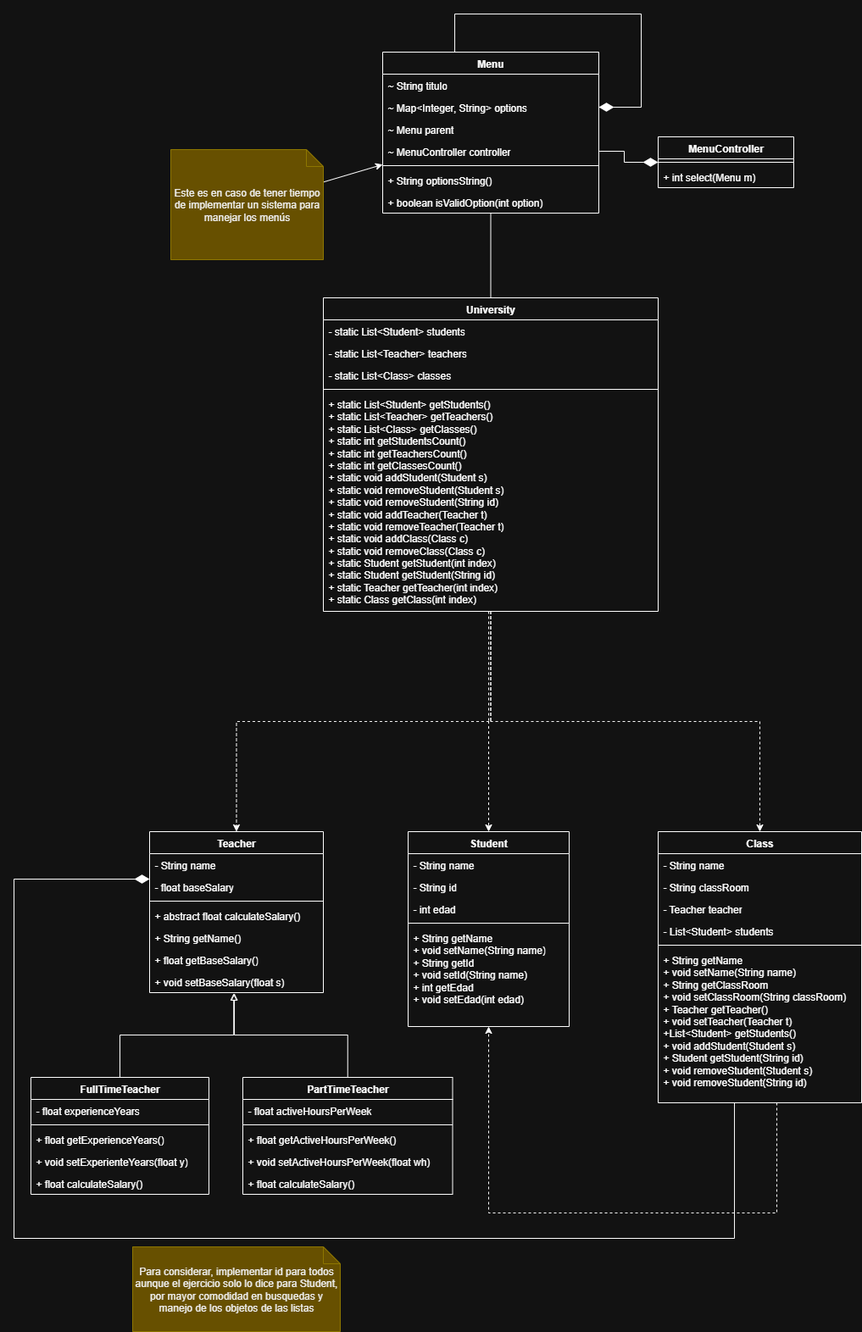
Earlier version of the draw.io export diagrams/ClassesDiagram.png (CarlosDRomero/JavaFinalExercise). Source tidied: cells renumbered, new cells last; positions are measured from the earlier drawing's top-left corner, leaving out a move shared by most shapes.
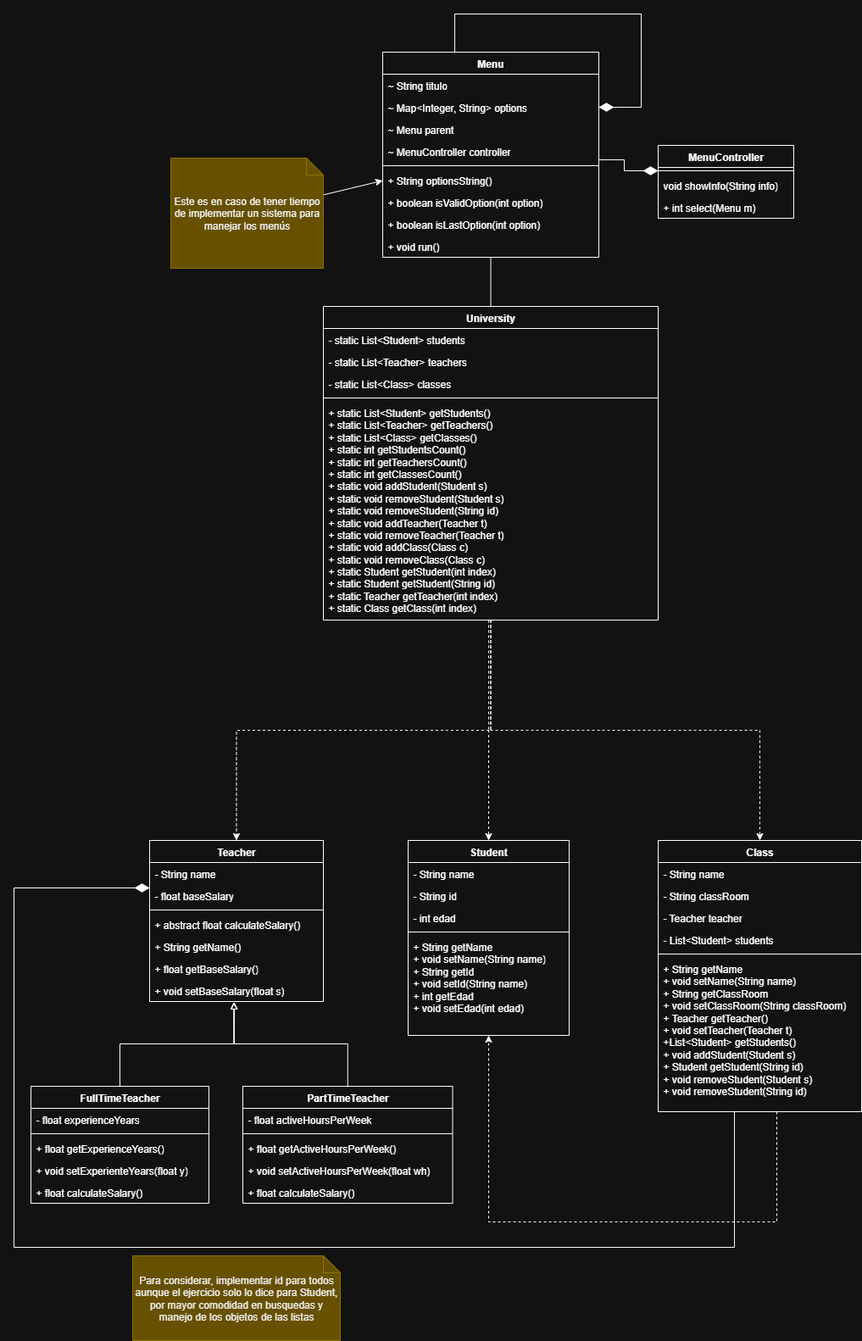
Above is the later version.

Diff of the diagram source:
```diff
@@ -160,7 +160,7 @@
       <mxGeometry relative="1" as="geometry" />
     </mxCell>
     <mxCell id="49" value="Menu" style="swimlane;fontStyle=1;align=center;verticalAlign=top;horizontal=1;startSize=26;whiteSpace=wrap;html=1;" parent="1" vertex="1">
-      <mxGeometry x="435" y="45" width="255" height="190" as="geometry" />
+      <mxGeometry x="435" y="35" width="255" height="242" as="geometry" />
     </mxCell>
     <mxCell id="50" value="~ String titulo" style="text;strokeColor=none;fillColor=none;align=left;verticalAlign=top;spacingLeft=4;spacingRight=4;overflow=hidden;whiteSpace=wrap;html=1;" parent="49" vertex="1">
       <mxGeometry y="26" width="255" height="26" as="geometry" />
@@ -192,6 +192,12 @@
     <mxCell id="57" value="+&amp;nbsp;boolean isValidOption(int option)" style="text;strokeColor=none;fillColor=none;align=left;verticalAlign=top;spacingLeft=4;spacingRight=4;overflow=hidden;whiteSpace=wrap;html=1;" parent="49" vertex="1">
       <mxGeometry y="164" width="255" height="26" as="geometry" />
     </mxCell>
+    <mxCell id="65" value="+&amp;nbsp;boolean isLastOption(int option)" style="text;strokeColor=none;fillColor=none;align=left;verticalAlign=top;spacingLeft=4;spacingRight=4;overflow=hidden;whiteSpace=wrap;html=1;" parent="49" vertex="1">
+      <mxGeometry y="190" width="255" height="26" as="geometry" />
+    </mxCell>
+    <mxCell id="66" value="+ void run()" style="text;strokeColor=none;fillColor=none;align=left;verticalAlign=top;spacingLeft=4;spacingRight=4;overflow=hidden;whiteSpace=wrap;html=1;" parent="49" vertex="1">
+      <mxGeometry y="216" width="255" height="26" as="geometry" />
+    </mxCell>
     <mxCell id="58" style="rounded=0;jettySize=auto;html=1;" parent="1" edge="1" source="59" target="49">
       <mxGeometry relative="1" as="geometry" />
     </mxCell>
@@ -202,14 +208,17 @@
       <mxGeometry x="140" y="1455" width="245" height="100" as="geometry" />
     </mxCell>
     <mxCell id="61" value="MenuController" style="swimlane;fontStyle=1;align=center;verticalAlign=top;horizontal=1;startSize=26;whiteSpace=wrap;html=1;" parent="1" vertex="1">
-      <mxGeometry x="760" y="145" width="160" height="60" as="geometry" />
+      <mxGeometry x="760" y="145" width="160" height="86" as="geometry" />
     </mxCell>
     <mxCell id="62" style="line;strokeWidth=1;fillColor=none;align=left;verticalAlign=middle;spacingTop=-1;spacingLeft=3;spacingRight=3;labelPosition=right;strokeColor=inherit;" parent="61" vertex="1">
       <mxGeometry y="26" width="160" height="8" as="geometry" />
     </mxCell>
-    <mxCell id="63" value="+ int select(Menu m)" style="text;strokeColor=none;fillColor=none;align=left;verticalAlign=top;spacingLeft=4;spacingRight=4;overflow=hidden;whiteSpace=wrap;html=1;" parent="61" vertex="1">
+    <mxCell id="63" value="void showInfo(String info)" style="text;strokeColor=none;fillColor=none;align=left;verticalAlign=top;spacingLeft=4;spacingRight=4;overflow=hidden;whiteSpace=wrap;html=1;" parent="61" vertex="1">
       <mxGeometry y="34" width="160" height="26" as="geometry" />
     </mxCell>
+    <mxCell id="67" value="+ int select(Menu m)" style="text;strokeColor=none;fillColor=none;align=left;verticalAlign=top;spacingLeft=4;spacingRight=4;overflow=hidden;whiteSpace=wrap;html=1;" parent="61" vertex="1">
+      <mxGeometry y="60" width="160" height="26" as="geometry" />
+    </mxCell>
     <mxCell id="64" style="edgeStyle=orthogonalEdgeStyle;rounded=0;jettySize=auto;html=1;endArrow=diamondThin;endFill=1;endSize=15;exitX=1;exitY=0.5;exitDx=0;exitDy=0;" parent="1" edge="1" source="53" target="61">
       <mxGeometry relative="1" as="geometry">
         <Array as="points">
```
